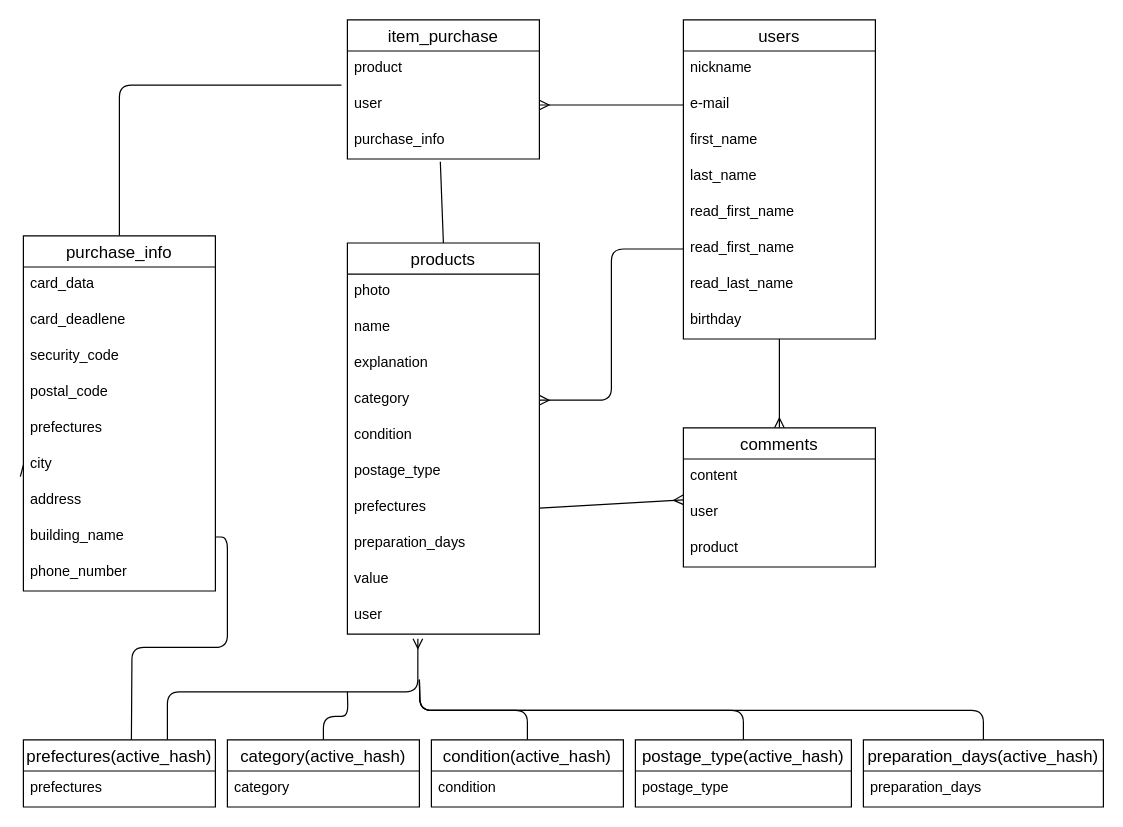
The draw.io diagram er.dio in oomotoo/furima-39019, before the edit. Source tidied: cells renumbered, new cells numbered last; positions are measured from the earlier drawing's top-left corner, leaving out a move shared by most shapes. Both pictures are drawn from the tidied source at 120%, with x=0, y=0 at pixel (23, 19).
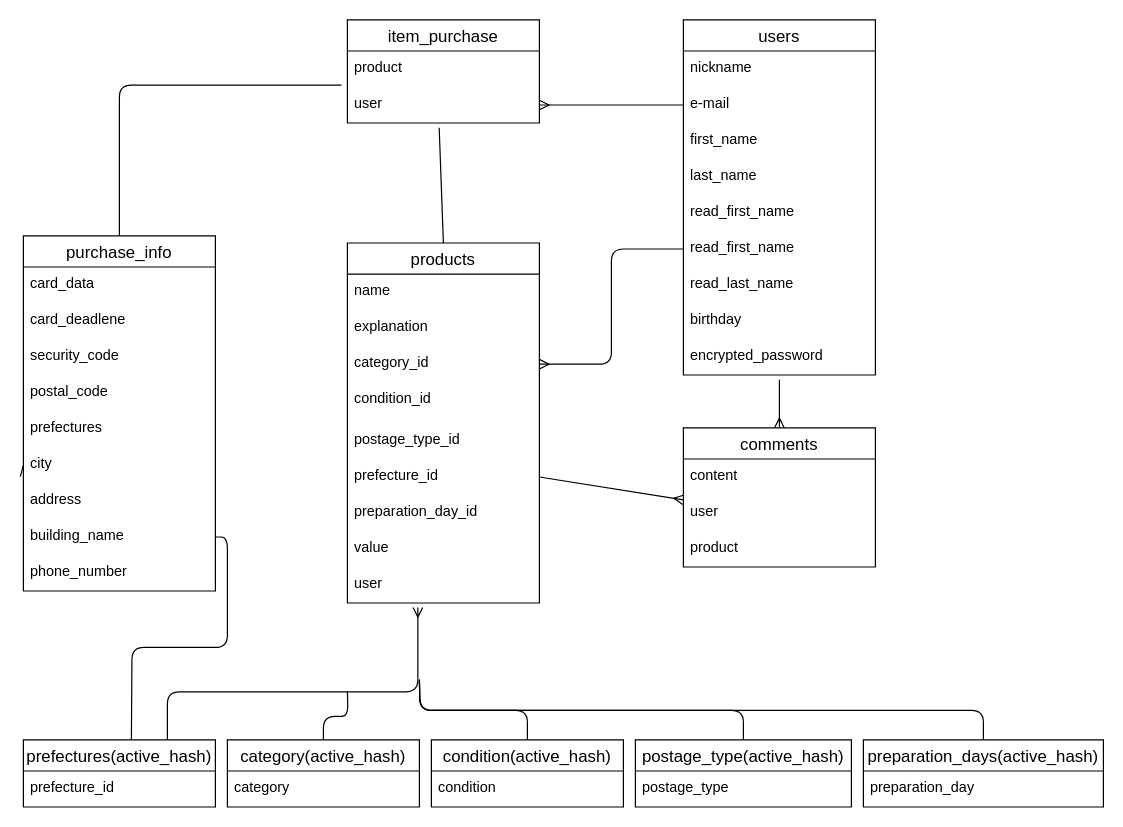
After the change.

Commit message (it also covers changes not shown here):
データベース設計

Unchanged cells that the change refers to:
```xml
<mxCell id="4" value="user" style="text;strokeColor=none;fillColor=none;spacingLeft=4;spacingRight=4;overflow=hidden;points=[[0,0.5],[1,0.5]];portConstraint=eastwest;fontSize=12;" parent="2" vertex="1">
  <mxGeometry y="56" width="160" height="30" as="geometry" />
</mxCell>
<mxCell id="14" value="birthday" style="text;strokeColor=none;fillColor=none;spacingLeft=4;spacingRight=4;overflow=hidden;points=[[0,0.5],[1,0.5]];portConstraint=eastwest;fontSize=12;" parent="6" vertex="1">
  <mxGeometry y="236" width="160" height="30" as="geometry" />
</mxCell>
<mxCell id="28" value="comments" style="swimlane;fontStyle=0;horizontal=1;startSize=26;align=center;fontSize=14;" parent="1" vertex="1">
  <mxGeometry x="550" y="340" width="160" height="116" as="geometry" />
</mxCell>
<mxCell id="45" value="prefectures(active_hash)" style="swimlane;fontStyle=0;horizontal=1;startSize=26;align=center;fontSize=14;" parent="1" vertex="1">
  <mxGeometry y="600" width="160" height="56" as="geometry" />
</mxCell>
<mxCell id="57" value="preparation_days(active_hash)" style="swimlane;fontStyle=0;horizontal=1;startSize=26;align=center;fontSize=14;" parent="1" vertex="1">
  <mxGeometry x="700" y="600" width="200" height="56" as="geometry" />
</mxCell>
```

Diff of the diagram source:
```diff
@@
     <mxCell id="2" value="item_purchase" style="swimlane;fontStyle=0;horizontal=1;startSize=26;align=center;fontSize=14;" parent="1" vertex="1">
-      <mxGeometry x="270" width="160" height="116" as="geometry" />
+      <mxGeometry x="270" width="160" height="86" as="geometry" />
     </mxCell>
@@
-    <mxCell id="5" value="purchase_info" style="text;strokeColor=none;fillColor=none;spacingLeft=4;spacingRight=4;overflow=hidden;points=[[0,0.5],[1,0.5]];portConstraint=eastwest;fontSize=12;" parent="2" vertex="1">
-      <mxGeometry y="86" width="160" height="30" as="geometry" />
-    </mxCell>
     <mxCell id="6" value="users" style="swimlane;fontStyle=0;horizontal=1;startSize=26;align=center;fontSize=14;" parent="1" vertex="1">
-      <mxGeometry x="550" width="160" height="266" as="geometry" />
+      <mxGeometry x="550" width="160" height="296" as="geometry" />
     </mxCell>
@@
+    <mxCell id="63" value="encrypted_password" style="text;strokeColor=none;fillColor=none;spacingLeft=4;spacingRight=4;overflow=hidden;fontSize=12;" parent="6" vertex="1">
+      <mxGeometry y="266" width="160" height="30" as="geometry" />
+    </mxCell>
-    <mxCell id="15" style="html=1;exitX=0.5;exitY=0;exitDx=0;exitDy=0;entryX=0.484;entryY=1.075;entryDx=0;entryDy=0;entryPerimeter=0;endArrow=none;endFill=0;" parent="1" edge="1" source="16" target="5">
+    <mxCell id="15" style="html=1;exitX=0.5;exitY=0;exitDx=0;exitDy=0;entryX=0.478;entryY=1.133;entryDx=0;entryDy=0;entryPerimeter=0;endArrow=none;endFill=0;" parent="1" edge="1" source="16" target="4">
       <mxGeometry relative="1" as="geometry" />
     </mxCell>
     <mxCell id="16" value="products" style="swimlane;fontStyle=0;horizontal=1;startSize=26;align=center;fontSize=14;" parent="1" vertex="1">
-      <mxGeometry x="270" y="186" width="160" height="326" as="geometry" />
+      <mxGeometry x="270" y="186" width="160" height="300" as="geometry" />
     </mxCell>
-    <mxCell id="17" value="photo" style="text;strokeColor=none;fillColor=none;spacingLeft=4;spacingRight=4;overflow=hidden;fontSize=12;" parent="16" vertex="1">
-      <mxGeometry y="26" width="160" height="30" as="geometry" />
-    </mxCell>
     <mxCell id="18" value="name" style="text;strokeColor=none;fillColor=none;spacingLeft=4;spacingRight=4;overflow=hidden;fontSize=12;" parent="16" vertex="1">
-      <mxGeometry y="56" width="160" height="30" as="geometry" />
+      <mxGeometry y="26" width="160" height="30" as="geometry" />
     </mxCell>
     <mxCell id="19" value="explanation" style="text;strokeColor=none;fillColor=none;spacingLeft=4;spacingRight=4;overflow=hidden;fontSize=12;" parent="16" vertex="1">
-      <mxGeometry y="86" width="160" height="30" as="geometry" />
+      <mxGeometry y="56" width="160" height="30" as="geometry" />
     </mxCell>
-    <mxCell id="20" value="category" style="text;strokeColor=none;fillColor=none;spacingLeft=4;spacingRight=4;overflow=hidden;points=[[0,0.5],[1,0.5]];portConstraint=eastwest;fontSize=12;" parent="16" vertex="1">
-      <mxGeometry y="116" width="160" height="30" as="geometry" />
+    <mxCell id="20" value="category_id" style="text;strokeColor=none;fillColor=none;spacingLeft=4;spacingRight=4;overflow=hidden;points=[[0,0.5],[1,0.5]];portConstraint=eastwest;fontSize=12;" parent="16" vertex="1">
+      <mxGeometry y="86" width="160" height="30" as="geometry" />
     </mxCell>
-    <mxCell id="21" value="condition" style="text;strokeColor=none;fillColor=none;spacingLeft=4;spacingRight=4;overflow=hidden;fontSize=12;" parent="16" vertex="1">
-      <mxGeometry y="146" width="160" height="30" as="geometry" />
+    <mxCell id="21" value="condition_id" style="text;strokeColor=none;fillColor=none;spacingLeft=4;spacingRight=4;overflow=hidden;fontSize=12;" parent="16" vertex="1">
+      <mxGeometry y="116" width="160" height="34" as="geometry" />
     </mxCell>
-    <mxCell id="22" value="postage_type" style="text;strokeColor=none;fillColor=none;spacingLeft=4;spacingRight=4;overflow=hidden;fontSize=12;" parent="16" vertex="1">
-      <mxGeometry y="176" width="160" height="30" as="geometry" />
+    <mxCell id="22" value="postage_type_id" style="text;strokeColor=none;fillColor=none;spacingLeft=4;spacingRight=4;overflow=hidden;fontSize=12;" parent="16" vertex="1">
+      <mxGeometry y="150" width="160" height="30" as="geometry" />
     </mxCell>
-    <mxCell id="23" value="prefectures" style="text;strokeColor=none;fillColor=none;spacingLeft=4;spacingRight=4;overflow=hidden;points=[[0,0.5],[1,0.5]];portConstraint=eastwest;fontSize=12;" parent="16" vertex="1">
-      <mxGeometry y="206" width="160" height="30" as="geometry" />
+    <mxCell id="23" value="prefecture_id" style="text;strokeColor=none;fillColor=none;spacingLeft=4;spacingRight=4;overflow=hidden;points=[[0,0.5],[1,0.5]];portConstraint=eastwest;fontSize=12;" parent="16" vertex="1">
+      <mxGeometry y="180" width="160" height="30" as="geometry" />
     </mxCell>
-    <mxCell id="24" value="preparation_days" style="text;strokeColor=none;fillColor=none;spacingLeft=4;spacingRight=4;overflow=hidden;fontSize=12;" parent="16" vertex="1">
-      <mxGeometry y="236" width="160" height="30" as="geometry" />
+    <mxCell id="24" value="preparation_day_id" style="text;strokeColor=none;fillColor=none;spacingLeft=4;spacingRight=4;overflow=hidden;fontSize=12;" parent="16" vertex="1">
+      <mxGeometry y="210" width="160" height="30" as="geometry" />
     </mxCell>
     <mxCell id="25" value="value" style="text;strokeColor=none;fillColor=none;spacingLeft=4;spacingRight=4;overflow=hidden;fontSize=12;" parent="16" vertex="1">
-      <mxGeometry y="266" width="160" height="30" as="geometry" />
+      <mxGeometry y="240" width="160" height="30" as="geometry" />
     </mxCell>
     <mxCell id="26" value="user" style="text;strokeColor=none;fillColor=none;spacingLeft=4;spacingRight=4;overflow=hidden;points=[[0,0.5],[1,0.5]];portConstraint=eastwest;fontSize=12;" parent="16" vertex="1">
-      <mxGeometry y="296" width="160" height="30" as="geometry" />
+      <mxGeometry y="270" width="160" height="30" as="geometry" />
     </mxCell>
-    <mxCell id="27" style="edgeStyle=none;html=1;exitX=0.5;exitY=0;exitDx=0;exitDy=0;endArrow=none;endFill=0;startArrow=ERmany;startFill=0;" parent="1" edge="1" source="28" target="14">
-      <mxGeometry relative="1" as="geometry" />
+    <mxCell id="27" style="edgeStyle=none;html=1;exitX=0.5;exitY=0;exitDx=0;exitDy=0;endArrow=none;endFill=0;startArrow=ERmany;startFill=0;" parent="1" edge="1" source="28">
+      <mxGeometry relative="1" as="geometry">
+        <mxPoint x="630" y="300" as="targetPoint" />
+        <Array as="points">
+          <mxPoint x="630" y="320" />
+        </Array>
+      </mxGeometry>
     </mxCell>
@@
-    <mxCell id="46" value="prefectures" style="text;strokeColor=none;fillColor=none;spacingLeft=4;spacingRight=4;overflow=hidden;fontSize=12;" parent="45" vertex="1">
+    <mxCell id="46" value="prefecture_id" style="text;strokeColor=none;fillColor=none;spacingLeft=4;spacingRight=4;overflow=hidden;fontSize=12;" parent="45" vertex="1">
       <mxGeometry y="26" width="160" height="30" as="geometry" />
     </mxCell>
@@
-    <mxCell id="58" value="preparation_days" style="text;strokeColor=none;fillColor=none;spacingLeft=4;spacingRight=4;overflow=hidden;fontSize=12;" parent="57" vertex="1">
+    <mxCell id="58" value="preparation_day" style="text;strokeColor=none;fillColor=none;spacingLeft=4;spacingRight=4;overflow=hidden;fontSize=12;" parent="57" vertex="1">
       <mxGeometry y="26" width="200" height="30" as="geometry" />
     </mxCell>
```
